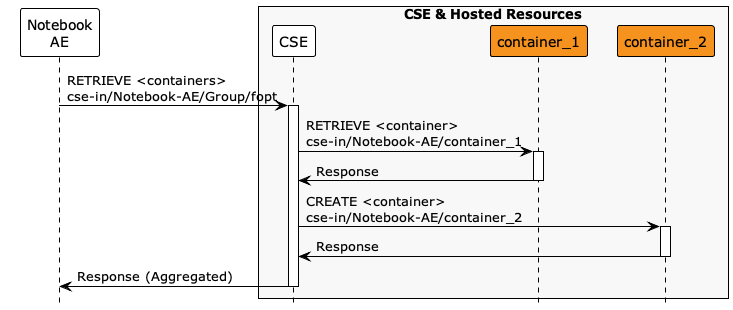
The PlantUML diagram images/04/retrieve_containers.png in ankraft/onem2m-jupyter-notebooks, before a commit.
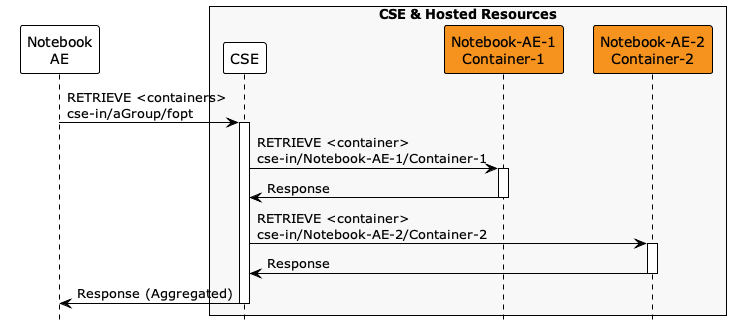
The same diagram one commit later.

Commit message:
Updated Group notebook. Now we work with 2 AE sub trees

Diff of the diagram source:
```diff
@@ -7,15 +7,15 @@
 participant "Notebook\nAE" as AE
 box "CSE & Hosted Resources" #f8f8f8
 participant "CSE" as CSE
-participant "container_1" as container_1 #F6921E
-participant "container_2" as container_2 #F6921E
+participant "Notebook-AE-1\nContainer-1" as container1 #F6921E
+participant "Notebook-AE-2\nContainer-2" as container2 #F6921E
 end box
 
-AE -> CSE ++: RETRIEVE <containers>\ncse-in/Notebook-AE/Group/fopt
-CSE -> container_1 ++: RETRIEVE <container>\ncse-in/Notebook-AE/container_1
-CSE <- container_1 --: Response
-CSE -> container_2 ++: CREATE <container>\ncse-in/Notebook-AE/container_2
-CSE <- container_2 --: Response
+AE -> CSE ++: RETRIEVE <containers>\ncse-in/aGroup/fopt
+CSE -> container1 ++: RETRIEVE <container>\ncse-in/Notebook-AE-1/Container-1
+CSE <- container1 --: Response
+CSE -> container2 ++: RETRIEVE <container>\ncse-in/Notebook-AE-2/Container-2
+CSE <- container2 --: Response
 AE <- CSE --: Response (Aggregated)
 
 @enduml
```
